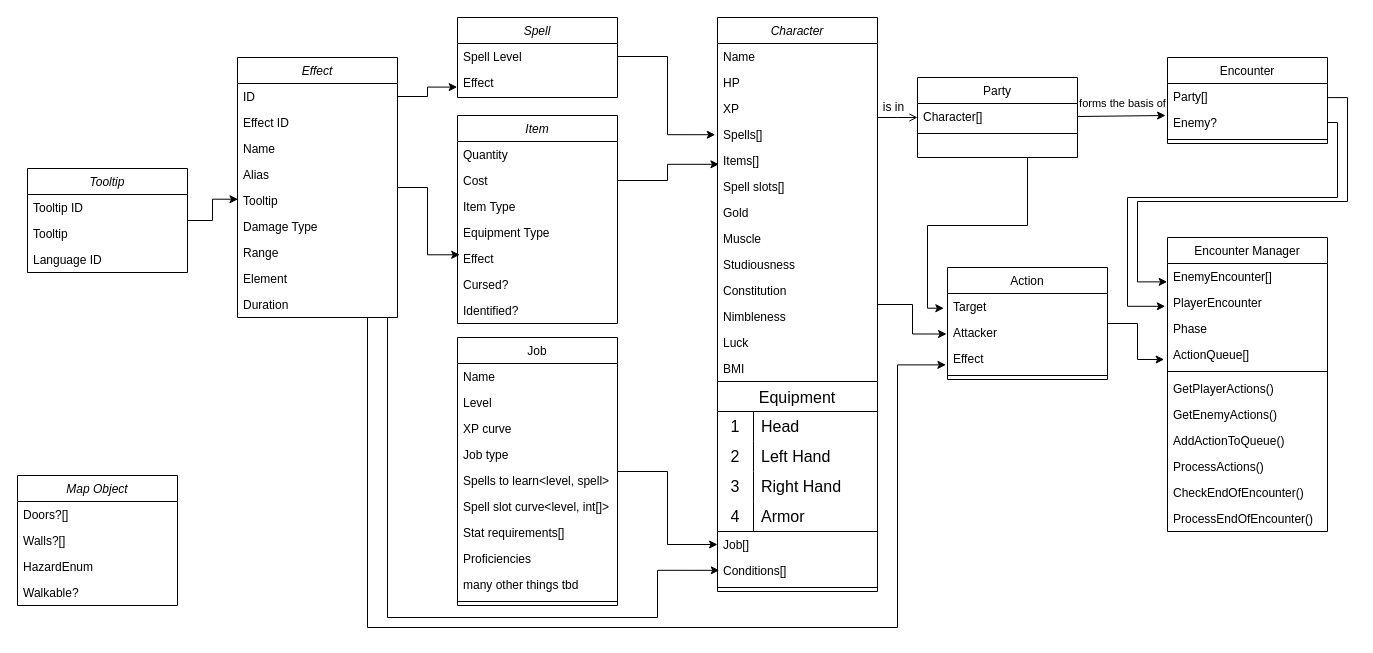
The draw.io diagram classes.drawio in Schir/rpg-backend, before the edit. Source tidied: cells renumbered, new cells numbered last; positions are measured from the earlier drawing's top-left corner, leaving out a move shared by most shapes. Both pictures are drawn from the tidied source at 100%, with x=0, y=0 at pixel (17, 17).
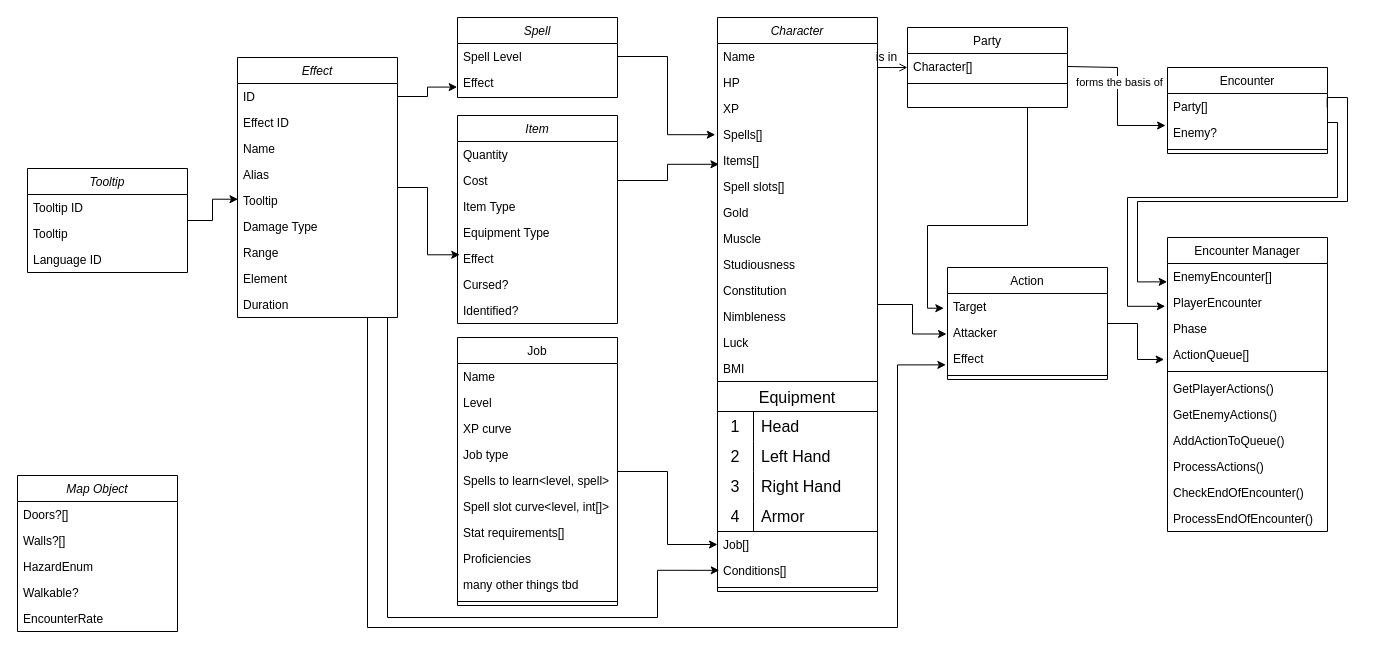
The same page after the edit.

The change refers to these unchanged cells:
```xml
<mxCell id="35" value="Character[]" style="text;align=left;verticalAlign=top;spacingLeft=4;spacingRight=4;overflow=hidden;points=[[0,0.5],[1,0.5]];portConstraint=eastwest;" parent="34" vertex="1">
  <mxGeometry y="26" width="160" height="26" as="geometry" />
</mxCell>
<mxCell id="51" value="Enemy?" style="text;align=left;verticalAlign=top;spacingLeft=4;spacingRight=4;overflow=hidden;points=[[0,0.5],[1,0.5]];portConstraint=eastwest;" parent="49" vertex="1">
  <mxGeometry y="52" width="160" height="26" as="geometry" />
</mxCell>
```

Diff of the diagram source:
```diff
@@
     <mxCell id="34" value="Party" style="swimlane;fontStyle=0;align=center;verticalAlign=top;horizontal=1;startSize=26;rounded=0;shadow=0;strokeWidth=1;" parent="1" vertex="1">
-      <mxGeometry x="900" y="60" width="160" height="80" as="geometry" />
+      <mxGeometry x="890" y="10" width="160" height="80" as="geometry" />
     </mxCell>
@@
     <mxCell id="49" value="Encounter" style="swimlane;fontStyle=0;align=center;verticalAlign=top;horizontal=1;startSize=26;rounded=0;shadow=0;strokeWidth=1;" parent="1" vertex="1">
-      <mxGeometry x="1150" y="40" width="160" height="86" as="geometry" />
+      <mxGeometry x="1150" y="50" width="160" height="86" as="geometry" />
     </mxCell>
@@
     <mxCell id="53" style="endArrow=classic;html=1;rounded=0;entryX=-0.012;entryY=0.231;entryDx=0;entryDy=0;exitX=1;exitY=0.5;exitDx=0;exitDy=0;entryPerimeter=0;" parent="1" edge="1" source="35" target="51">
-      <mxGeometry relative="1" as="geometry" />
+      <mxGeometry relative="1" as="geometry">
+        <Array as="points">
+          <mxPoint x="1100" y="50" />
+          <mxPoint x="1100" y="108" />
+        </Array>
+      </mxGeometry>
     </mxCell>
@@
     <mxCell id="109" value="Map Object" style="swimlane;fontStyle=2;align=center;verticalAlign=top;horizontal=1;startSize=26;rounded=0;shadow=0;strokeWidth=1;" parent="1" vertex="1">
-      <mxGeometry y="458" width="160" height="130" as="geometry" />
+      <mxGeometry y="458" width="160" height="156" as="geometry" />
     </mxCell>
@@
+    <mxCell id="114" value="EncounterRate" style="text;align=left;verticalAlign=top;spacingLeft=4;spacingRight=4;overflow=hidden;rounded=0;shadow=0;html=0;" parent="109" vertex="1">
+      <mxGeometry y="130" width="160" height="26" as="geometry" />
+    </mxCell>
```
